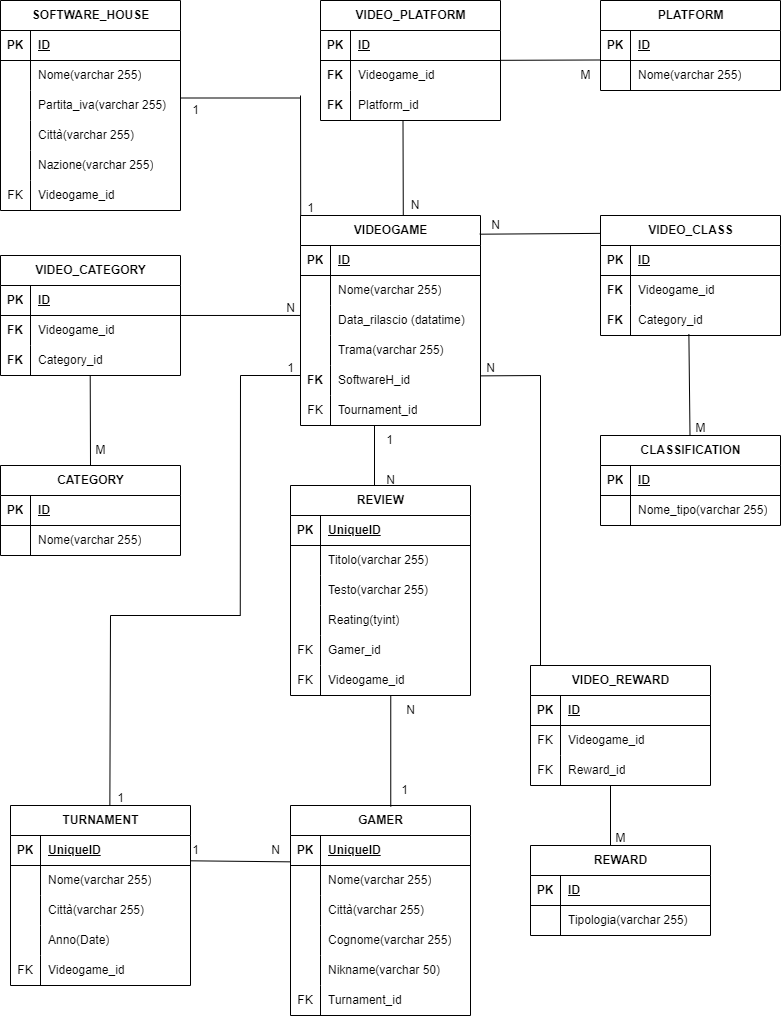
Before: db-videogames.drawio.png, a diagram exported from draw.io (GabryP91/db-videogames). Source tidied: cells renumbered, new cells last; positions are measured from the earlier drawing's top-left corner, leaving out a move shared by most shapes.
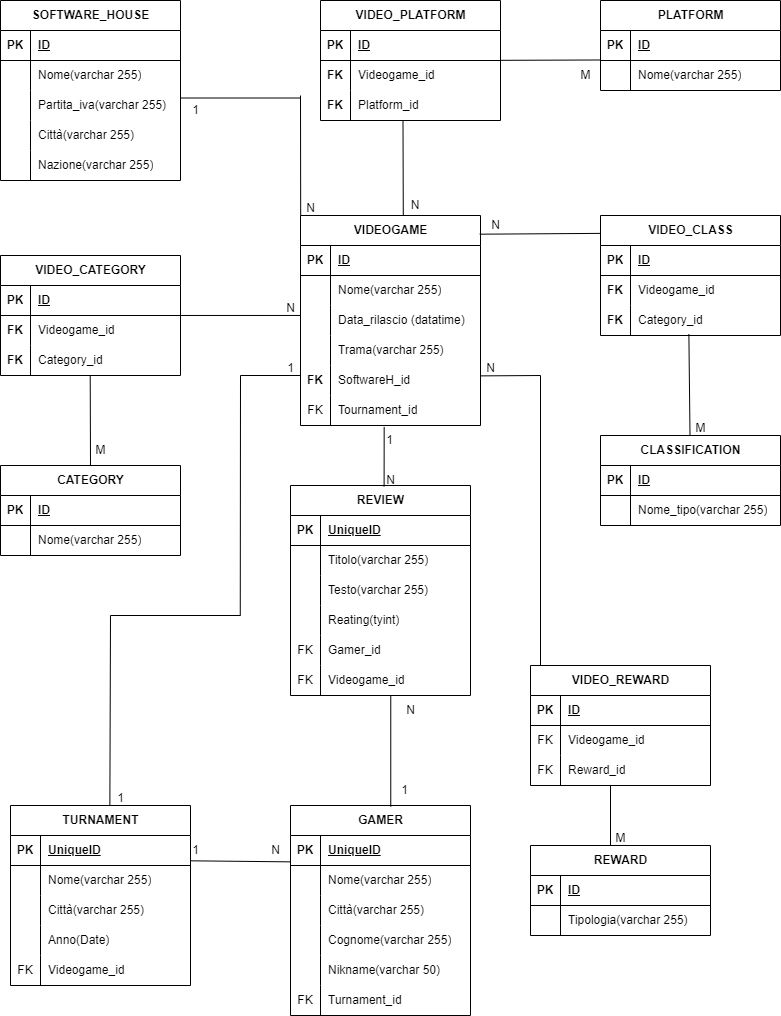
After the commit.

Diff of the diagram source:
```diff
@@ -66,7 +66,7 @@
       <mxGeometry relative="1" as="geometry" />
     </mxCell>
     <mxCell id="23" value="SOFTWARE_HOUSE" style="shape=table;startSize=30;rowLines=0;fontStyle=1;align=center;html=1;" parent="1" vertex="1">
-      <mxGeometry width="180" height="210" as="geometry" />
+      <mxGeometry width="180" height="180" as="geometry" />
     </mxCell>
     <mxCell id="24" style="shape=tableRow;horizontal=0;startSize=0;swimlaneHead=0;swimlaneBody=0;fillColor=none;top=0;left=0;right=0;bottom=1;" parent="23" vertex="1">
       <mxGeometry y="30" width="180" height="30" as="geometry" />
@@ -113,15 +113,6 @@
     <mxCell id="38" value="Nazione(varchar 255)" style="shape=partialRectangle;fillColor=none;top=0;left=0;bottom=0;right=0;align=left;spacingLeft=6;overflow=hidden;whiteSpace=wrap;html=1;" parent="36" vertex="1">
       <mxGeometry x="30" width="150" height="30" as="geometry" />
     </mxCell>
-    <mxCell id="39" style="shape=tableRow;horizontal=0;startSize=0;swimlaneHead=0;swimlaneBody=0;fillColor=none;top=0;left=0;right=0;bottom=0;" parent="23" vertex="1">
-      <mxGeometry y="180" width="180" height="30" as="geometry" />
-    </mxCell>
-    <mxCell id="40" value="FK" style="shape=partialRectangle;fillColor=none;top=0;left=0;bottom=0;right=0;overflow=hidden;whiteSpace=wrap;html=1;" parent="39" vertex="1">
-      <mxGeometry width="30" height="30" as="geometry" />
-    </mxCell>
-    <mxCell id="41" value="Videogame_id" style="shape=partialRectangle;fillColor=none;top=0;left=0;bottom=0;right=0;align=left;spacingLeft=6;overflow=hidden;whiteSpace=wrap;html=1;" parent="39" vertex="1">
-      <mxGeometry x="30" width="150" height="30" as="geometry" />
-    </mxCell>
     <mxCell id="42" value="1" style="text;html=1;align=center;verticalAlign=middle;strokeColor=none;fillColor=none;" parent="1" vertex="1">
       <mxGeometry x="180" y="95" width="30" height="30" as="geometry" />
     </mxCell>
@@ -481,8 +472,10 @@
     <mxCell id="159" value="N" style="text;html=1;align=center;verticalAlign=middle;strokeColor=none;fillColor=none;" parent="1" vertex="1">
       <mxGeometry x="375" y="465" width="30" height="30" as="geometry" />
     </mxCell>
-    <mxCell id="160" style="endArrow=none;html=1;rounded=0;entryX=0.52;entryY=0.004;entryDx=0;entryDy=0;entryPerimeter=0;exitX=0.462;exitY=1.03;exitDx=0;exitDy=0;exitPerimeter=0;" parent="1" edge="1" source="x" target="138">
-      <mxGeometry relative="1" as="geometry" />
+    <mxCell id="160" style="endArrow=none;html=1;rounded=0;entryX=0.52;entryY=0.004;entryDx=0;entryDy=0;entryPerimeter=0;exitX=0.462;exitY=1.03;exitDx=0;exitDy=0;exitPerimeter=0;" parent="1" edge="1" target="138">
+      <mxGeometry relative="1" as="geometry">
+        <mxPoint x="383.7" y="426.5" as="sourcePoint" />
+      </mxGeometry>
     </mxCell>
     <mxCell id="161" value="N" style="text;html=1;align=center;verticalAlign=middle;strokeColor=none;fillColor=none;" parent="1" vertex="1">
       <mxGeometry x="395" y="695" width="30" height="30" as="geometry" />
@@ -495,7 +488,7 @@
         <mxPoint x="402.5" y="120" as="targetPoint" />
       </mxGeometry>
     </mxCell>
-    <mxCell id="164" value="1" style="text;html=1;align=center;verticalAlign=middle;strokeColor=none;fillColor=none;" parent="1" vertex="1">
+    <mxCell id="164" value="N" style="text;html=1;align=center;verticalAlign=middle;strokeColor=none;fillColor=none;" parent="1" vertex="1">
       <mxGeometry x="295" y="193" width="30" height="30" as="geometry" />
     </mxCell>
     <mxCell id="165" value="1" style="text;html=1;align=center;verticalAlign=middle;strokeColor=none;fillColor=none;" parent="1" vertex="1">
@@ -616,11 +609,5 @@
     <mxCell id="197" value="1" style="text;html=1;align=center;verticalAlign=middle;strokeColor=none;fillColor=none;" parent="1" vertex="1">
       <mxGeometry x="374" y="425" width="30" height="30" as="geometry" />
     </mxCell>
-    <mxCell id="198" style="endArrow=none;html=1;rounded=0;" parent="1" edge="1">
-      <mxGeometry relative="1" as="geometry">
-        <mxPoint x="374" y="425" as="sourcePoint" />
-        <mxPoint x="374" y="485" as="targetPoint" />
-      </mxGeometry>
-    </mxCell>
   </root>
 </mxGraphModel>
```
